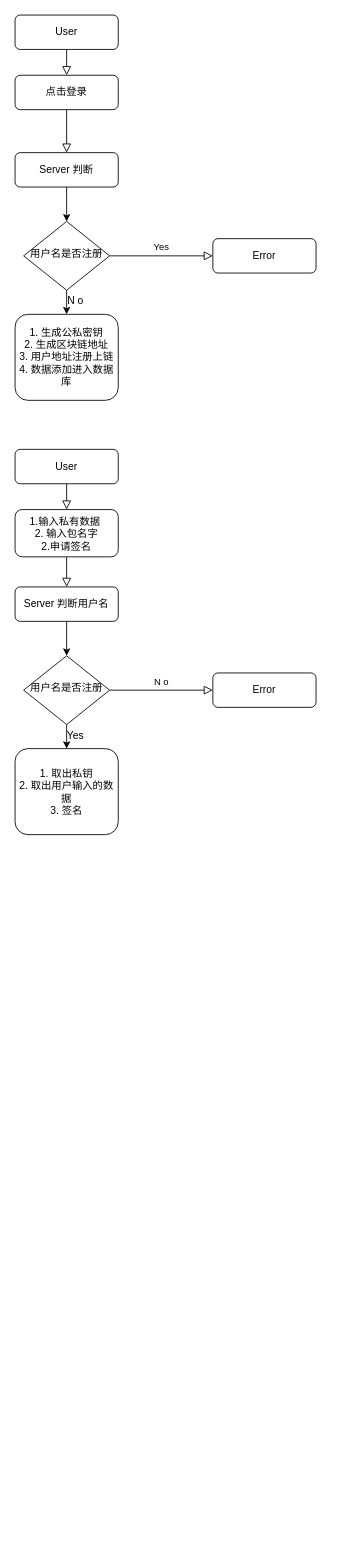
yuhuajing/aptos-AMM keeps this draw.io diagram as 未命名绘图.drawio. Above is the earlier version. Source tidied: cells renumbered, new cells numbered last; positions are measured from the earlier drawing's top-left corner, leaving out a move shared by most shapes. Both pictures are drawn from the tidied source at 86%, with x=0, y=0 at pixel (15, 15).
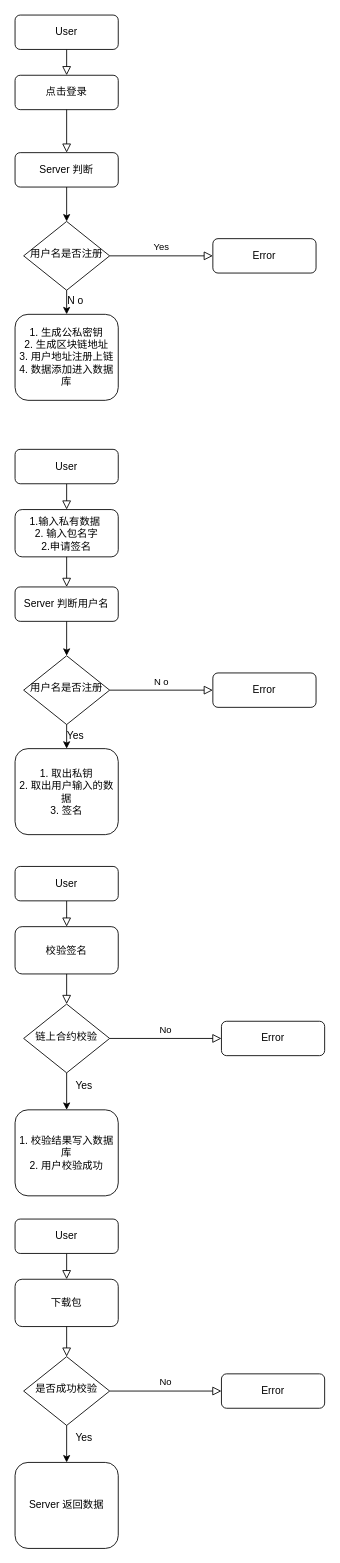
Above is the later version.

Commit message (it also covers changes not shown here):
更新未命名绘图.drawio

What changed in the source:
```diff
@@
+    <mxCell id="26" style="rounded=0;html=1;jettySize=auto;fontSize=11;endArrow=block;endFill=0;endSize=8;strokeWidth=1;shadow=0;labelBackgroundColor=none;edgeStyle=orthogonalEdgeStyle;" parent="1" edge="1" source="27">
+      <mxGeometry relative="1" as="geometry">
+        <mxPoint x="60" y="1060" as="targetPoint" />
+      </mxGeometry>
+    </mxCell>
+    <mxCell id="27" value="User" style="rounded=1;whiteSpace=wrap;html=1;fontSize=12;glass=0;strokeWidth=1;shadow=0;" parent="1" vertex="1">
+      <mxGeometry y="990" width="120" height="40" as="geometry" />
+    </mxCell>
+    <mxCell id="28" value="No" style="edgeStyle=orthogonalEdgeStyle;rounded=0;html=1;jettySize=auto;fontSize=11;endArrow=block;endFill=0;endSize=8;strokeWidth=1;shadow=0;labelBackgroundColor=none;" parent="1" edge="1" source="29" target="30">
+      <mxGeometry y="10" relative="1" as="geometry" />
+    </mxCell>
+    <mxCell id="29" value="链上合约校验" style="rhombus;whiteSpace=wrap;html=1;shadow=0;fontFamily=Helvetica;fontSize=12;align=center;strokeWidth=1;spacing=6;spacingTop=-4;" parent="1" vertex="1">
+      <mxGeometry x="10" y="1150" width="100" height="80" as="geometry" />
+    </mxCell>
+    <mxCell id="30" value="Error" style="rounded=1;whiteSpace=wrap;html=1;fontSize=12;glass=0;strokeWidth=1;shadow=0;" parent="1" vertex="1">
+      <mxGeometry x="240" y="1170" width="120" height="40" as="geometry" />
+    </mxCell>
+    <mxCell id="31" value="&lt;div&gt;1. 校验结果写入数据库&lt;/div&gt;&lt;div&gt;2. 用户校验成功&lt;/div&gt;" style="rounded=1;whiteSpace=wrap;html=1;fontSize=12;glass=0;strokeWidth=1;shadow=0;" parent="1" vertex="1">
+      <mxGeometry y="1273" width="120" height="100" as="geometry" />
+    </mxCell>
+    <mxCell id="32" value="校验签名" style="rounded=1;whiteSpace=wrap;html=1;fontSize=12;glass=0;strokeWidth=1;shadow=0;" parent="1" vertex="1">
+      <mxGeometry y="1060" width="120" height="55" as="geometry" />
+    </mxCell>
+    <mxCell id="33" style="rounded=0;html=1;jettySize=auto;fontSize=11;endArrow=block;endFill=0;endSize=8;strokeWidth=1;shadow=0;labelBackgroundColor=none;edgeStyle=orthogonalEdgeStyle;exitX=0.5;exitY=1;exitDx=0;exitDy=0;entryX=0.5;entryY=0;entryDx=0;entryDy=0;" parent="1" edge="1" source="32">
+      <mxGeometry relative="1" as="geometry">
+        <mxPoint x="60" y="1150" as="targetPoint" />
+      </mxGeometry>
+    </mxCell>
+    <mxCell id="34" style="endArrow=classic;html=1;rounded=0;exitX=0.5;exitY=1;exitDx=0;exitDy=0;entryX=0.5;entryY=0;entryDx=0;entryDy=0;" parent="1" edge="1" source="29" target="31">
+      <mxGeometry relative="1" as="geometry" />
+    </mxCell>
+    <mxCell id="35" value="Yes" style="text;html=1;align=center;verticalAlign=middle;strokeColor=none;fillColor=none;" parent="1" vertex="1">
+      <mxGeometry x="60" y="1230" width="40" height="30" as="geometry" />
+    </mxCell>
+    <mxCell id="36" style="rounded=0;html=1;jettySize=auto;fontSize=11;endArrow=block;endFill=0;endSize=8;strokeWidth=1;shadow=0;labelBackgroundColor=none;edgeStyle=orthogonalEdgeStyle;" parent="1" edge="1" source="37">
+      <mxGeometry relative="1" as="geometry">
+        <mxPoint x="60" y="1470" as="targetPoint" />
+      </mxGeometry>
+    </mxCell>
+    <mxCell id="37" value="User" style="rounded=1;whiteSpace=wrap;html=1;fontSize=12;glass=0;strokeWidth=1;shadow=0;" parent="1" vertex="1">
+      <mxGeometry y="1400" width="120" height="40" as="geometry" />
+    </mxCell>
+    <mxCell id="38" value="No" style="edgeStyle=orthogonalEdgeStyle;rounded=0;html=1;jettySize=auto;fontSize=11;endArrow=block;endFill=0;endSize=8;strokeWidth=1;shadow=0;labelBackgroundColor=none;" parent="1" edge="1" source="39" target="40">
+      <mxGeometry y="10" relative="1" as="geometry" />
+    </mxCell>
+    <mxCell id="39" value="是否成功校验" style="rhombus;whiteSpace=wrap;html=1;shadow=0;fontFamily=Helvetica;fontSize=12;align=center;strokeWidth=1;spacing=6;spacingTop=-4;" parent="1" vertex="1">
+      <mxGeometry x="10" y="1560" width="100" height="80" as="geometry" />
+    </mxCell>
+    <mxCell id="40" value="Error" style="rounded=1;whiteSpace=wrap;html=1;fontSize=12;glass=0;strokeWidth=1;shadow=0;" parent="1" vertex="1">
+      <mxGeometry x="240" y="1580" width="120" height="40" as="geometry" />
+    </mxCell>
+    <mxCell id="41" value="Server 返回数据" style="rounded=1;whiteSpace=wrap;html=1;fontSize=12;glass=0;strokeWidth=1;shadow=0;" parent="1" vertex="1">
+      <mxGeometry y="1683" width="120" height="100" as="geometry" />
+    </mxCell>
+    <mxCell id="42" value="下载包" style="rounded=1;whiteSpace=wrap;html=1;fontSize=12;glass=0;strokeWidth=1;shadow=0;" parent="1" vertex="1">
+      <mxGeometry y="1470" width="120" height="55" as="geometry" />
+    </mxCell>
+    <mxCell id="43" style="rounded=0;html=1;jettySize=auto;fontSize=11;endArrow=block;endFill=0;endSize=8;strokeWidth=1;shadow=0;labelBackgroundColor=none;edgeStyle=orthogonalEdgeStyle;exitX=0.5;exitY=1;exitDx=0;exitDy=0;entryX=0.5;entryY=0;entryDx=0;entryDy=0;" parent="1" edge="1" source="42">
+      <mxGeometry relative="1" as="geometry">
+        <mxPoint x="60" y="1560" as="targetPoint" />
+      </mxGeometry>
+    </mxCell>
+    <mxCell id="44" style="endArrow=classic;html=1;rounded=0;exitX=0.5;exitY=1;exitDx=0;exitDy=0;entryX=0.5;entryY=0;entryDx=0;entryDy=0;" parent="1" edge="1" source="39" target="41">
+      <mxGeometry relative="1" as="geometry" />
+    </mxCell>
+    <mxCell id="45" value="Yes" style="text;html=1;align=center;verticalAlign=middle;strokeColor=none;fillColor=none;" parent="1" vertex="1">
+      <mxGeometry x="60" y="1640" width="40" height="30" as="geometry" />
+    </mxCell>
```
